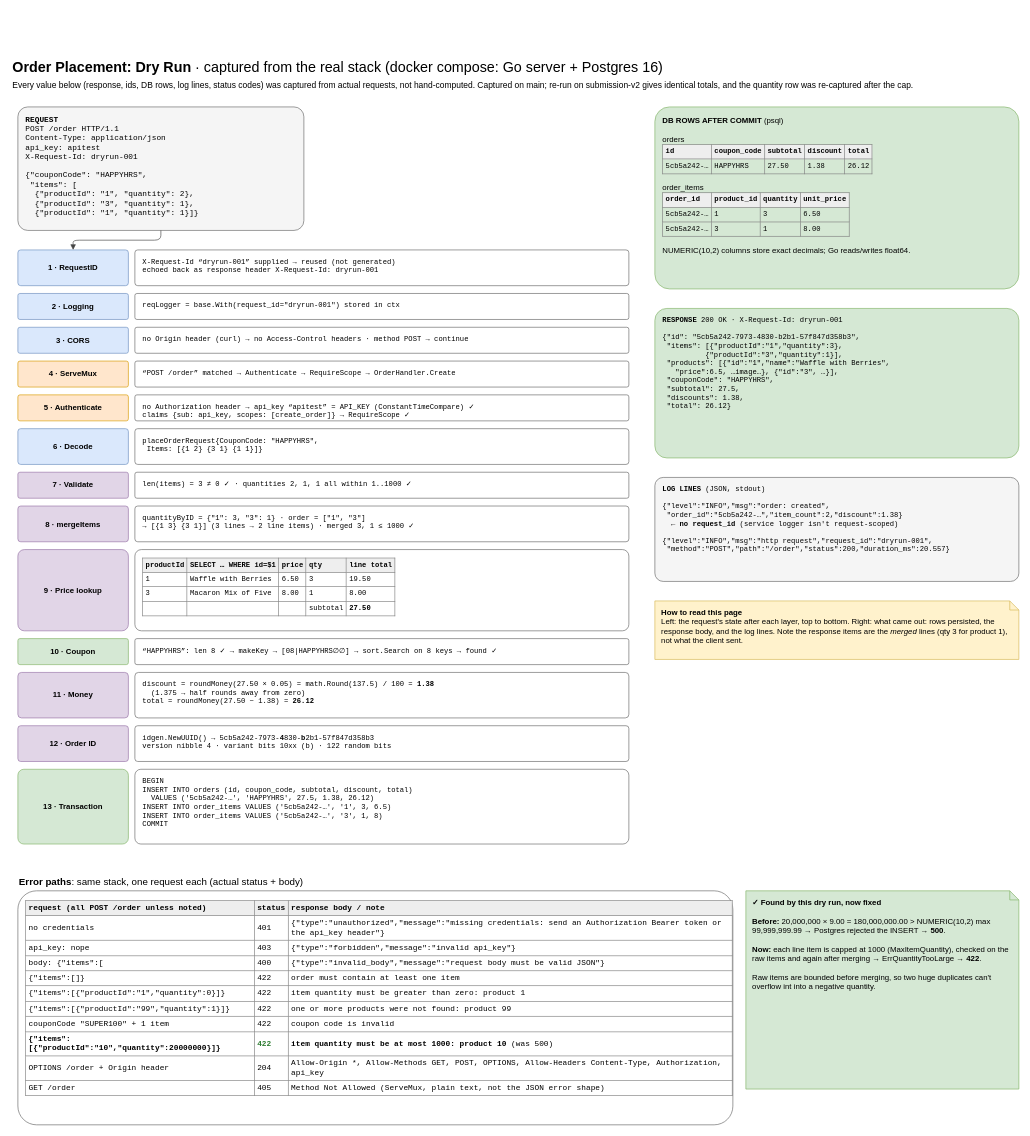
Vasanth-Korada/oolio-kart-challenge keeps this draw.io diagram as page "Dry run - real request" (3 of 3) of docs/diagrams/order.drawio. Above is the earlier version. Source tidied: cells renumbered, new cells numbered last; positions are measured from the earlier drawing's top-left corner, leaving out a move shared by most shapes. Both pictures are drawn from the tidied source at 65%, with x=0, y=0 at pixel (11, 55).
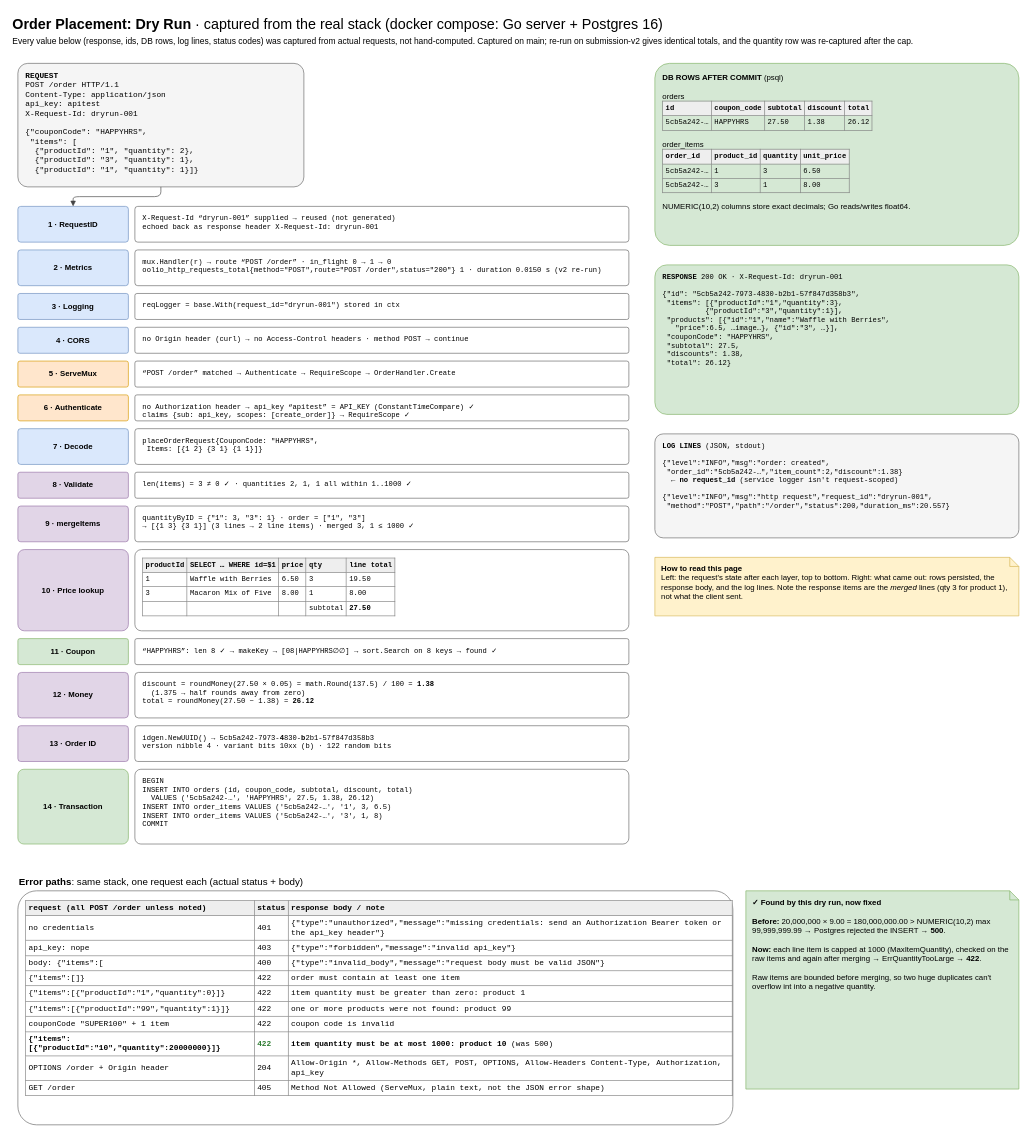
The same page after the edit.

Commit message (it also covers changes not shown here):
docs: add the Metrics middleware to the order diagrams

Diff of the diagram source:
```diff
@@
     <mxCell id="2" value="&lt;b&gt;Order Placement: Dry Run&lt;/b&gt;  ·  captured from the real stack (docker compose: Go server + Postgres 16)" style="text;html=1;whiteSpace=wrap;align=left;verticalAlign=top;fontSize=22;" parent="1" vertex="1">
-      <mxGeometry width="1500" height="30" as="geometry" />
+      <mxGeometry y="-67" width="1500" height="30" as="geometry" />
     </mxCell>
     <mxCell id="3" value="Every value below (response, ids, DB rows, log lines, status codes) was captured from actual requests, not hand-computed. Captured on main; re-run on submission-v2 gives identical totals, and the quantity row was re-captured after the cap." style="text;html=1;whiteSpace=wrap;align=left;verticalAlign=top;fontSize=13;" parent="1" vertex="1">
-      <mxGeometry y="32" width="1400" height="24" as="geometry" />
+      <mxGeometry y="-35" width="1400" height="24" as="geometry" />
     </mxCell>
     <mxCell id="4" value="&lt;b&gt;REQUEST&lt;/b&gt;&lt;br&gt;POST /order HTTP/1.1&lt;br&gt;Content-Type: application/json&lt;br&gt;api_key: apitest&lt;br&gt;X-Request-Id: dryrun-001&lt;br&gt;&lt;br&gt;{&quot;couponCode&quot;: &quot;HAPPYHRS&quot;,&lt;br&gt;&amp;nbsp;&quot;items&quot;: [&lt;br&gt;&amp;nbsp;&amp;nbsp;{&quot;productId&quot;: &quot;1&quot;, &quot;quantity&quot;: 2},&lt;br&gt;&amp;nbsp;&amp;nbsp;{&quot;productId&quot;: &quot;3&quot;, &quot;quantity&quot;: 1},&lt;br&gt;&amp;nbsp;&amp;nbsp;{&quot;productId&quot;: &quot;1&quot;, &quot;quantity&quot;: 1}]}" style="rounded=1;arcSize=8;whiteSpace=wrap;html=1;fillColor=#f5f5f5;strokeColor=#666666;fontSize=12;fontFamily=Courier New;align=left;spacingLeft=10;verticalAlign=top;spacingTop=6;" parent="1" vertex="1">
-      <mxGeometry x="10" y="80" width="440" height="190" as="geometry" />
+      <mxGeometry x="10" y="13" width="440" height="190" as="geometry" />
     </mxCell>
     <mxCell id="5" value="&lt;b&gt;1 · RequestID&lt;/b&gt;" style="rounded=1;arcSize=8;whiteSpace=wrap;html=1;fillColor=#dae8fc;strokeColor=#6c8ebf;fontSize=12;" parent="1" vertex="1">
-      <mxGeometry x="10" y="300" width="170" height="55" as="geometry" />
+      <mxGeometry x="10" y="233" width="170" height="55" as="geometry" />
     </mxCell>
     <mxCell id="6" value="X-Request-Id “dryrun-001” supplied → reused (not generated)&lt;br&gt;echoed back as response header X-Request-Id: dryrun-001" style="rounded=1;arcSize=8;whiteSpace=wrap;html=1;fillColor=#ffffff;strokeColor=#666666;fontSize=12;fontFamily=Courier New;align=left;spacingLeft=10;verticalAlign=top;spacingTop=6;fontSize=11;" parent="1" vertex="1">
-      <mxGeometry x="190" y="300" width="760" height="55" as="geometry" />
+      <mxGeometry x="190" y="233" width="760" height="55" as="geometry" />
     </mxCell>
-    <mxCell id="7" value="&lt;b&gt;2 · Logging&lt;/b&gt;" style="rounded=1;arcSize=8;whiteSpace=wrap;html=1;fillColor=#dae8fc;strokeColor=#6c8ebf;fontSize=12;" parent="1" vertex="1">
+    <mxCell id="7" value="&lt;b&gt;3 · Logging&lt;/b&gt;" style="rounded=1;arcSize=8;whiteSpace=wrap;html=1;fillColor=#dae8fc;strokeColor=#6c8ebf;fontSize=12;" parent="1" vertex="1">
       <mxGeometry x="10" y="367" width="170" height="40" as="geometry" />
     </mxCell>
@@
-    <mxCell id="9" value="&lt;b&gt;3 · CORS&lt;/b&gt;" style="rounded=1;arcSize=8;whiteSpace=wrap;html=1;fillColor=#dae8fc;strokeColor=#6c8ebf;fontSize=12;" parent="1" vertex="1">
+    <mxCell id="9" value="&lt;b&gt;4 · CORS&lt;/b&gt;" style="rounded=1;arcSize=8;whiteSpace=wrap;html=1;fillColor=#dae8fc;strokeColor=#6c8ebf;fontSize=12;" parent="1" vertex="1">
       <mxGeometry x="10" y="419" width="170" height="40" as="geometry" />
     </mxCell>
@@
-    <mxCell id="11" value="&lt;b&gt;4 · ServeMux&lt;/b&gt;" style="rounded=1;arcSize=8;whiteSpace=wrap;html=1;fillColor=#ffe6cc;strokeColor=#d79b00;fontSize=12;" parent="1" vertex="1">
+    <mxCell id="11" value="&lt;b&gt;5 · ServeMux&lt;/b&gt;" style="rounded=1;arcSize=8;whiteSpace=wrap;html=1;fillColor=#ffe6cc;strokeColor=#d79b00;fontSize=12;" parent="1" vertex="1">
       <mxGeometry x="10" y="471" width="170" height="40" as="geometry" />
     </mxCell>
@@
-    <mxCell id="13" value="&lt;b&gt;5 · Authenticate&lt;/b&gt;" style="rounded=1;arcSize=8;whiteSpace=wrap;html=1;fillColor=#ffe6cc;strokeColor=#d79b00;fontSize=12;" parent="1" vertex="1">
+    <mxCell id="13" value="&lt;b&gt;6 · Authenticate&lt;/b&gt;" style="rounded=1;arcSize=8;whiteSpace=wrap;html=1;fillColor=#ffe6cc;strokeColor=#d79b00;fontSize=12;" parent="1" vertex="1">
       <mxGeometry x="10" y="523" width="170" height="40" as="geometry" />
     </mxCell>
@@
-    <mxCell id="15" value="&lt;b&gt;6 · Decode&lt;/b&gt;" style="rounded=1;arcSize=8;whiteSpace=wrap;html=1;fillColor=#dae8fc;strokeColor=#6c8ebf;fontSize=12;" parent="1" vertex="1">
+    <mxCell id="15" value="&lt;b&gt;7 · Decode&lt;/b&gt;" style="rounded=1;arcSize=8;whiteSpace=wrap;html=1;fillColor=#dae8fc;strokeColor=#6c8ebf;fontSize=12;" parent="1" vertex="1">
       <mxGeometry x="10" y="575" width="170" height="55" as="geometry" />
     </mxCell>
@@
-    <mxCell id="17" value="&lt;b&gt;7 · Validate&lt;/b&gt;" style="rounded=1;arcSize=8;whiteSpace=wrap;html=1;fillColor=#e1d5e7;strokeColor=#9673a6;fontSize=12;" parent="1" vertex="1">
+    <mxCell id="17" value="&lt;b&gt;8 · Validate&lt;/b&gt;" style="rounded=1;arcSize=8;whiteSpace=wrap;html=1;fillColor=#e1d5e7;strokeColor=#9673a6;fontSize=12;" parent="1" vertex="1">
       <mxGeometry x="10" y="642" width="170" height="40" as="geometry" />
     </mxCell>
@@
-    <mxCell id="19" value="&lt;b&gt;8 · mergeItems&lt;/b&gt;" style="rounded=1;arcSize=8;whiteSpace=wrap;html=1;fillColor=#e1d5e7;strokeColor=#9673a6;fontSize=12;" parent="1" vertex="1">
+    <mxCell id="19" value="&lt;b&gt;9 · mergeItems&lt;/b&gt;" style="rounded=1;arcSize=8;whiteSpace=wrap;html=1;fillColor=#e1d5e7;strokeColor=#9673a6;fontSize=12;" parent="1" vertex="1">
       <mxGeometry x="10" y="694" width="170" height="55" as="geometry" />
     </mxCell>
@@
-    <mxCell id="21" value="&lt;b&gt;9 · Price lookup&lt;/b&gt;" style="rounded=1;arcSize=8;whiteSpace=wrap;html=1;fillColor=#e1d5e7;strokeColor=#9673a6;fontSize=12;" parent="1" vertex="1">
+    <mxCell id="21" value="&lt;b&gt;10 · Price lookup&lt;/b&gt;" style="rounded=1;arcSize=8;whiteSpace=wrap;html=1;fillColor=#e1d5e7;strokeColor=#9673a6;fontSize=12;" parent="1" vertex="1">
       <mxGeometry x="10" y="761" width="170" height="125" as="geometry" />
     </mxCell>
@@
-    <mxCell id="23" value="&lt;b&gt;10 · Coupon&lt;/b&gt;" style="rounded=1;arcSize=8;whiteSpace=wrap;html=1;fillColor=#d5e8d4;strokeColor=#82b366;fontSize=12;" parent="1" vertex="1">
+    <mxCell id="23" value="&lt;b&gt;11 · Coupon&lt;/b&gt;" style="rounded=1;arcSize=8;whiteSpace=wrap;html=1;fillColor=#d5e8d4;strokeColor=#82b366;fontSize=12;" parent="1" vertex="1">
       <mxGeometry x="10" y="898" width="170" height="40" as="geometry" />
     </mxCell>
@@
-    <mxCell id="25" value="&lt;b&gt;11 · Money&lt;/b&gt;" style="rounded=1;arcSize=8;whiteSpace=wrap;html=1;fillColor=#e1d5e7;strokeColor=#9673a6;fontSize=12;" parent="1" vertex="1">
+    <mxCell id="25" value="&lt;b&gt;12 · Money&lt;/b&gt;" style="rounded=1;arcSize=8;whiteSpace=wrap;html=1;fillColor=#e1d5e7;strokeColor=#9673a6;fontSize=12;" parent="1" vertex="1">
       <mxGeometry x="10" y="950" width="170" height="70" as="geometry" />
     </mxCell>
@@
-    <mxCell id="27" value="&lt;b&gt;12 · Order ID&lt;/b&gt;" style="rounded=1;arcSize=8;whiteSpace=wrap;html=1;fillColor=#e1d5e7;strokeColor=#9673a6;fontSize=12;" parent="1" vertex="1">
+    <mxCell id="27" value="&lt;b&gt;13 · Order ID&lt;/b&gt;" style="rounded=1;arcSize=8;whiteSpace=wrap;html=1;fillColor=#e1d5e7;strokeColor=#9673a6;fontSize=12;" parent="1" vertex="1">
       <mxGeometry x="10" y="1032" width="170" height="55" as="geometry" />
     </mxCell>
@@
-    <mxCell id="29" value="&lt;b&gt;13 · Transaction&lt;/b&gt;" style="rounded=1;arcSize=8;whiteSpace=wrap;html=1;fillColor=#d5e8d4;strokeColor=#82b366;fontSize=12;" parent="1" vertex="1">
+    <mxCell id="29" value="&lt;b&gt;14 · Transaction&lt;/b&gt;" style="rounded=1;arcSize=8;whiteSpace=wrap;html=1;fillColor=#d5e8d4;strokeColor=#82b366;fontSize=12;" parent="1" vertex="1">
       <mxGeometry x="10" y="1099" width="170" height="115" as="geometry" />
     </mxCell>
@@
     <mxCell id="32" value="&lt;b&gt;DB ROWS AFTER COMMIT&lt;/b&gt; (psql)&lt;br&gt;&lt;br&gt;orders&lt;br&gt;&lt;table border='1' cellpadding='4' style='border-collapse:collapse;font-size:11px;font-family:Courier New'&gt;&lt;tr style='background:#eeeeee'&gt;&lt;th&gt;id&lt;/th&gt;&lt;th&gt;coupon_code&lt;/th&gt;&lt;th&gt;subtotal&lt;/th&gt;&lt;th&gt;discount&lt;/th&gt;&lt;th&gt;total&lt;/th&gt;&lt;/tr&gt;&lt;tr&gt;&lt;td&gt;5cb5a242-…&lt;/td&gt;&lt;td&gt;HAPPYHRS&lt;/td&gt;&lt;td&gt;27.50&lt;/td&gt;&lt;td&gt;1.38&lt;/td&gt;&lt;td&gt;26.12&lt;/td&gt;&lt;/tr&gt;&lt;/table&gt;&lt;br&gt;order_items&lt;br&gt;&lt;table border='1' cellpadding='4' style='border-collapse:collapse;font-size:11px;font-family:Courier New'&gt;&lt;tr style='background:#eeeeee'&gt;&lt;th&gt;order_id&lt;/th&gt;&lt;th&gt;product_id&lt;/th&gt;&lt;th&gt;quantity&lt;/th&gt;&lt;th&gt;unit_price&lt;/th&gt;&lt;/tr&gt;&lt;tr&gt;&lt;td&gt;5cb5a242-…&lt;/td&gt;&lt;td&gt;1&lt;/td&gt;&lt;td&gt;3&lt;/td&gt;&lt;td&gt;6.50&lt;/td&gt;&lt;/tr&gt;&lt;tr&gt;&lt;td&gt;5cb5a242-…&lt;/td&gt;&lt;td&gt;3&lt;/td&gt;&lt;td&gt;1&lt;/td&gt;&lt;td&gt;8.00&lt;/td&gt;&lt;/tr&gt;&lt;/table&gt;&lt;br&gt;NUMERIC(10,2) columns store exact decimals; Go reads/writes float64." style="rounded=1;arcSize=8;whiteSpace=wrap;html=1;fillColor=#d5e8d4;strokeColor=#82b366;fontSize=12;align=left;verticalAlign=top;spacingLeft=10;spacingTop=8;" parent="1" vertex="1">
-      <mxGeometry x="990" y="80" width="560" height="280" as="geometry" />
+      <mxGeometry x="990" y="13" width="560" height="280" as="geometry" />
     </mxCell>
     <mxCell id="33" value="&lt;b&gt;RESPONSE&lt;/b&gt;  200 OK · X-Request-Id: dryrun-001&lt;br&gt;&lt;br&gt;{&quot;id&quot;: &quot;5cb5a242-7973-4830-b2b1-57f847d358b3&quot;,&lt;br&gt;&amp;nbsp;&quot;items&quot;: [{&quot;productId&quot;:&quot;1&quot;,&quot;quantity&quot;:3},&lt;br&gt;&amp;nbsp;&amp;nbsp;&amp;nbsp;&amp;nbsp;&amp;nbsp;&amp;nbsp;&amp;nbsp;&amp;nbsp;&amp;nbsp;&amp;nbsp;{&quot;productId&quot;:&quot;3&quot;,&quot;quantity&quot;:1}],&lt;br&gt;&amp;nbsp;&quot;products&quot;: [{&quot;id&quot;:&quot;1&quot;,&quot;name&quot;:&quot;Waffle with Berries&quot;,&lt;br&gt;&amp;nbsp;&amp;nbsp;&amp;nbsp;&quot;price&quot;:6.5, …image…}, {&quot;id&quot;:&quot;3&quot;, …}],&lt;br&gt;&amp;nbsp;&quot;couponCode&quot;: &quot;HAPPYHRS&quot;,&lt;br&gt;&amp;nbsp;&quot;subtotal&quot;: 27.5,&lt;br&gt;&amp;nbsp;&quot;discounts&quot;: 1.38,&lt;br&gt;&amp;nbsp;&quot;total&quot;: 26.12}" style="rounded=1;arcSize=8;whiteSpace=wrap;html=1;fillColor=#d5e8d4;strokeColor=#82b366;fontSize=12;fontFamily=Courier New;align=left;spacingLeft=10;verticalAlign=top;spacingTop=6;fontSize=11;" parent="1" vertex="1">
-      <mxGeometry x="990" y="390" width="560" height="230" as="geometry" />
+      <mxGeometry x="990" y="323" width="560" height="230" as="geometry" />
     </mxCell>
     <mxCell id="34" value="&lt;b&gt;LOG LINES&lt;/b&gt; (JSON, stdout)&lt;br&gt;&lt;br&gt;{&quot;level&quot;:&quot;INFO&quot;,&quot;msg&quot;:&quot;order: created&quot;,&lt;br&gt;&amp;nbsp;&quot;order_id&quot;:&quot;5cb5a242-…&quot;,&quot;item_count&quot;:2,&quot;discount&quot;:1.38}&lt;br&gt;&amp;nbsp;&amp;nbsp;← &lt;b&gt;no request_id&lt;/b&gt; (service logger isn't request-scoped)&lt;br&gt;&lt;br&gt;{&quot;level&quot;:&quot;INFO&quot;,&quot;msg&quot;:&quot;http request&quot;,&quot;request_id&quot;:&quot;dryrun-001&quot;,&lt;br&gt;&amp;nbsp;&quot;method&quot;:&quot;POST&quot;,&quot;path&quot;:&quot;/order&quot;,&quot;status&quot;:200,&quot;duration_ms&quot;:20.557}" style="rounded=1;arcSize=8;whiteSpace=wrap;html=1;fillColor=#f5f5f5;strokeColor=#666666;fontSize=12;fontFamily=Courier New;align=left;spacingLeft=10;verticalAlign=top;spacingTop=6;fontSize=11;" parent="1" vertex="1">
-      <mxGeometry x="990" y="650" width="560" height="160" as="geometry" />
+      <mxGeometry x="990" y="583" width="560" height="160" as="geometry" />
     </mxCell>
     <mxCell id="35" value="&lt;b&gt;How to read this page&lt;/b&gt;&lt;br&gt;Left: the request's state after each layer, top to bottom. Right: what came out: rows persisted, the response body, and the log lines. Note the response items are the &lt;i&gt;merged&lt;/i&gt; lines (qty 3 for product 1), not what the client sent." style="shape=note;size=14;whiteSpace=wrap;html=1;fillColor=#fff2cc;strokeColor=#d6b656;fontSize=12;align=left;verticalAlign=top;spacingLeft=8;spacingTop=4;" parent="1" vertex="1">
-      <mxGeometry x="990" y="840" width="560" height="90" as="geometry" />
+      <mxGeometry x="990" y="773" width="560" height="90" as="geometry" />
     </mxCell>
@@
+    <mxCell id="39" value="&lt;b&gt;2 · Metrics&lt;/b&gt;" style="rounded=1;arcSize=8;whiteSpace=wrap;html=1;fillColor=#dae8fc;strokeColor=#6c8ebf;fontSize=12;" parent="1" vertex="1">
+      <mxGeometry x="10" y="300" width="170" height="55" as="geometry" />
+    </mxCell>
+    <mxCell id="40" value="mux.Handler(r) → route “POST /order” · in_flight 0 → 1 → 0&lt;br&gt;oolio_http_requests_total{method=&quot;POST&quot;,route=&quot;POST /order&quot;,status=&quot;200&quot;} 1 · duration 0.0150 s (v2 re-run)" style="rounded=1;arcSize=8;whiteSpace=wrap;html=1;fillColor=#ffffff;strokeColor=#666666;fontSize=12;fontFamily=Courier New;align=left;spacingLeft=10;verticalAlign=top;spacingTop=6;fontSize=11;" parent="1" vertex="1">
+      <mxGeometry x="190" y="300" width="760" height="55" as="geometry" />
+    </mxCell>
```
